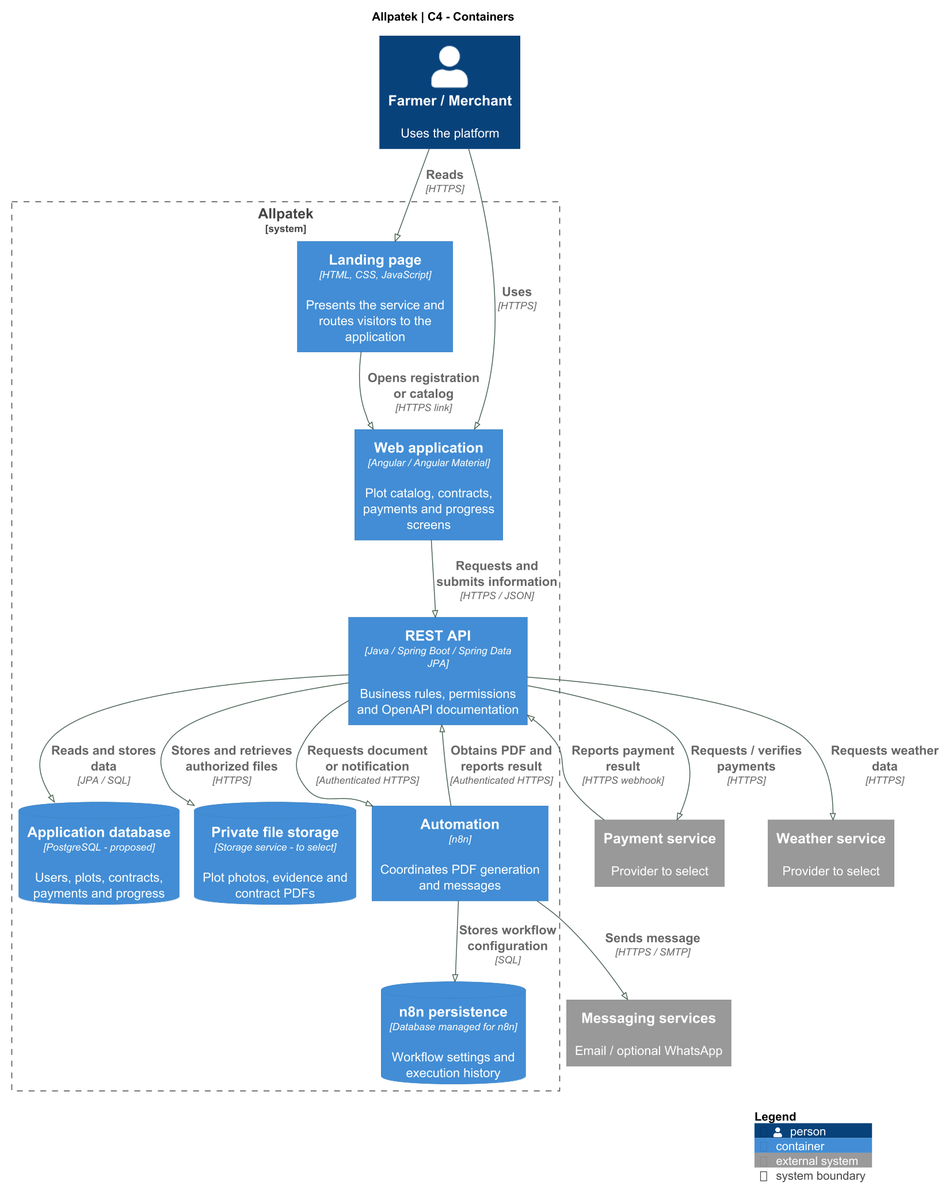
Earlier version of the PlantUML export assets/chapter-04/architecture/03-containers.png (upc-pre-202620-1asi0729-7753-Terranova/allpatek-report). Its diagram source:
```plantuml
@startuml
!pragma layout smetana
!include <C4/C4_Container>
skinparam backgroundColor white
skinparam defaultFontName SansSerif
skinparam defaultFontSize 15
skinparam shadowing false
skinparam classAttributeIconSize 0
skinparam ArrowColor #476050
skinparam dpi 140
title Allpatek | C4 - Containers

LAYOUT_TOP_DOWN()
Person(user,"Farmer / Merchant","Uses the platform")
System_Boundary(allpatek,"Allpatek") {
 Container(landing,"Landing page","HTML, CSS, JavaScript","Presents the service and routes visitors to the application")
 Container(web,"Web application","Angular / Angular Material","Plot catalog, contracts, payments and progress screens")
 Container(api,"REST API","Java / Spring Boot / Spring Data JPA","Business rules, permissions and OpenAPI documentation")
 ContainerDb(db,"Application database","PostgreSQL - proposed","Users, plots, contracts, payments and progress")
 Container(auto,"Automation","n8n","Coordinates PDF generation and messages")
 ContainerDb(files,"Private file storage","Storage service - to select","Plot photos, evidence and contract PDFs")
 ContainerDb(runtime,"n8n persistence","Database managed for n8n","Workflow settings and execution history")
}
System_Ext(pay,"Payment service","Provider to select")
System_Ext(weather,"Weather service","Provider to select")
System_Ext(mail,"Messaging services","Email / optional WhatsApp")
Rel(user,landing,"Reads", "HTTPS")
Rel(user,web,"Uses", "HTTPS")
Rel(landing,web,"Opens registration or catalog", "HTTPS link")
Rel(web,api,"Requests and submits information", "HTTPS / JSON")
Rel(api,db,"Reads and stores data", "JPA / SQL")
Rel(api,files,"Stores and retrieves authorized files", "HTTPS")
Rel(api,pay,"Requests / verifies payments", "HTTPS")
Rel(pay,api,"Reports payment result", "HTTPS webhook")
Rel(api,weather,"Requests weather data", "HTTPS")
Rel(api,auto,"Requests document or notification", "Authenticated HTTPS")
Rel(auto,api,"Obtains PDF and reports result", "Authenticated HTTPS")
Rel(auto,mail,"Sends message", "HTTPS / SMTP")
Rel(auto,runtime,"Stores workflow configuration", "SQL")
SHOW_LEGEND()

@enduml
```
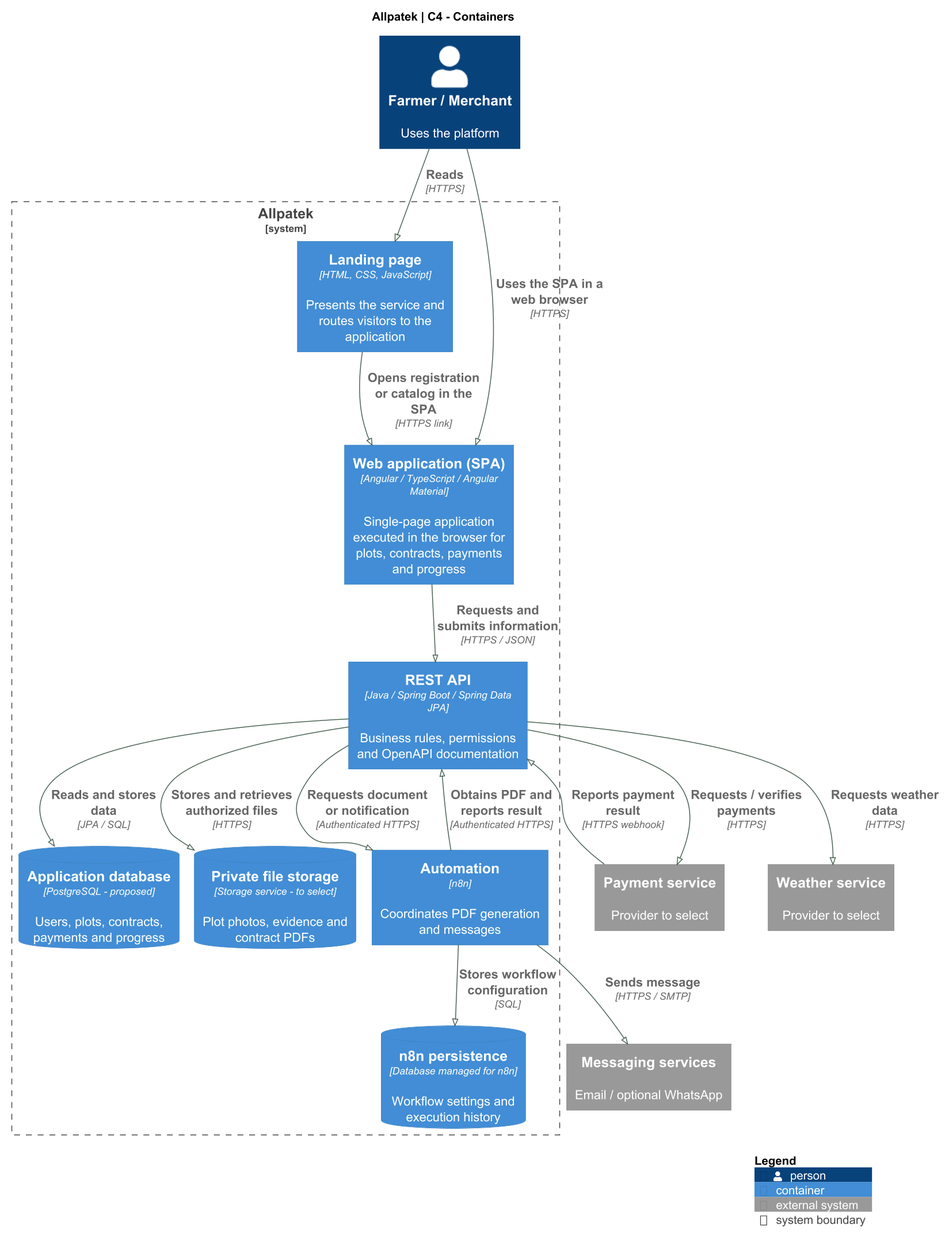
The same file after the commit.

Diff of the diagram source:
```diff
@@ -14,7 +14,7 @@
 Person(user,"Farmer / Merchant","Uses the platform")
 System_Boundary(allpatek,"Allpatek") {
  Container(landing,"Landing page","HTML, CSS, JavaScript","Presents the service and routes visitors to the application")
- Container(web,"Web application","Angular / Angular Material","Plot catalog, contracts, payments and progress screens")
+ Container(web,"Web application (SPA)","Angular / TypeScript / Angular Material","Single-page application executed in the browser for plots, contracts, payments and progress")
  Container(api,"REST API","Java / Spring Boot / Spring Data JPA","Business rules, permissions and OpenAPI documentation")
  ContainerDb(db,"Application database","PostgreSQL - proposed","Users, plots, contracts, payments and progress")
  Container(auto,"Automation","n8n","Coordinates PDF generation and messages")
@@ -25,8 +25,8 @@
 System_Ext(weather,"Weather service","Provider to select")
 System_Ext(mail,"Messaging services","Email / optional WhatsApp")
 Rel(user,landing,"Reads", "HTTPS")
-Rel(user,web,"Uses", "HTTPS")
-Rel(landing,web,"Opens registration or catalog", "HTTPS link")
+Rel(user,web,"Uses the SPA in a web browser", "HTTPS")
+Rel(landing,web,"Opens registration or catalog in the SPA", "HTTPS link")
 Rel(web,api,"Requests and submits information", "HTTPS / JSON")
 Rel(api,db,"Reads and stores data", "JPA / SQL")
 Rel(api,files,"Stores and retrieves authorized files", "HTTPS")
```
